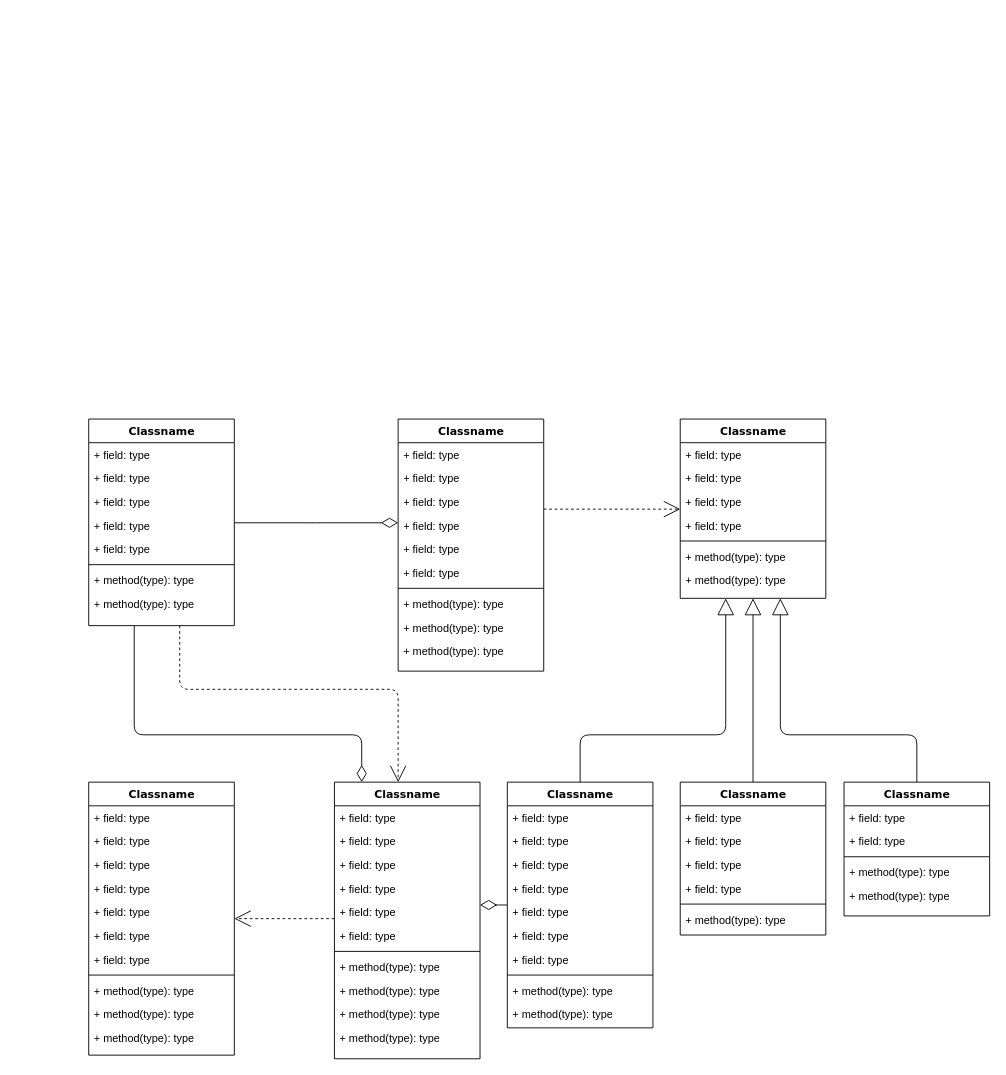
Earlier version of the draw.io diagram Başlıksız Diyagram.drawio (kubilaytunc/HCL). Source tidied: cells renumbered, new cells numbered last; positions are measured from the earlier drawing's top-left corner, leaving out a move shared by most shapes. Both pictures are drawn from the tidied source at 91%, with x=0, y=0 at pixel (88, 419).
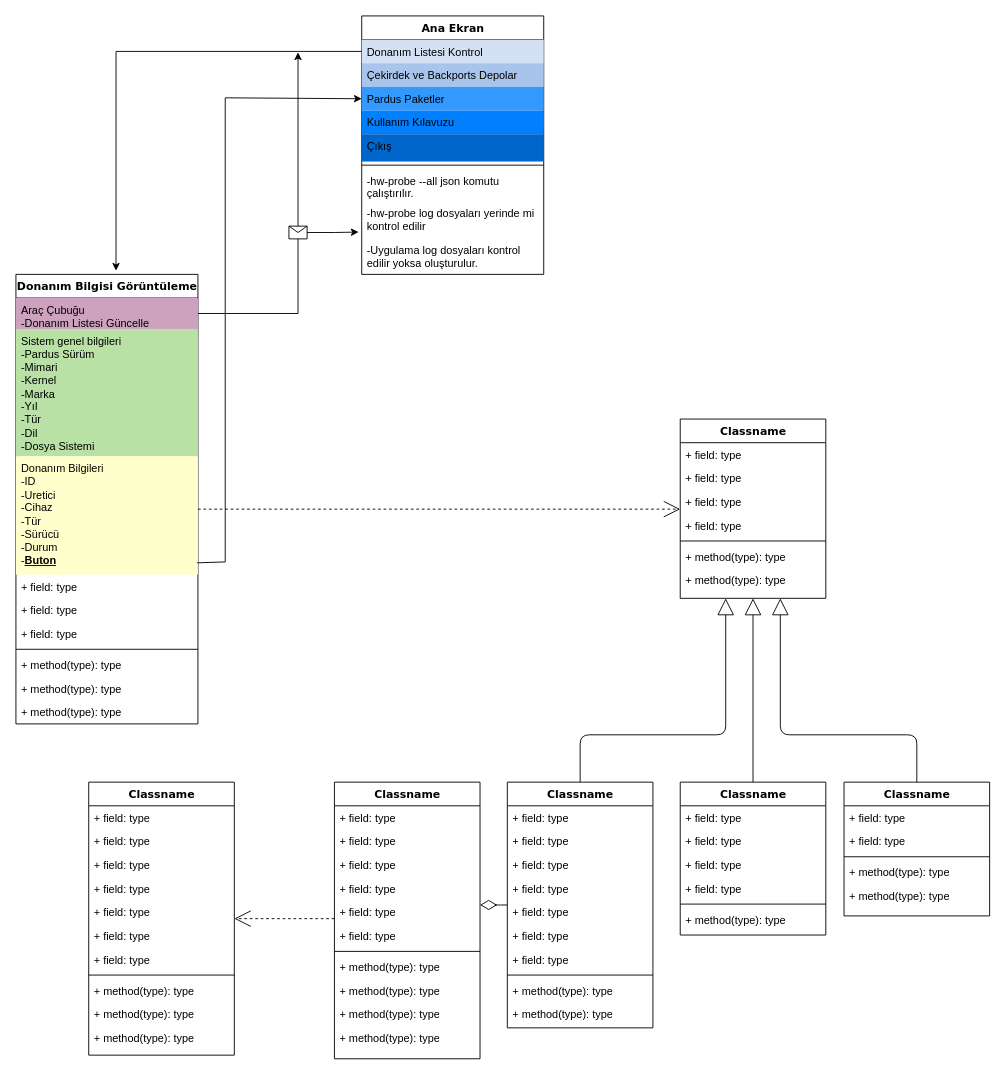
The same diagram, later.

Unchanged cells that the change refers to:
```xml
<mxCell id="47" value="Classname" style="swimlane;html=1;fontStyle=1;align=center;verticalAlign=top;horizontal=1;startSize=26;swimlaneFillColor=#ffffff;rounded=0;shadow=0;comic=0;labelBackgroundColor=none;strokeWidth=1;fillColor=none;fontFamily=Verdana;fontSize=12;" parent="1" vertex="1">
  <mxGeometry x="270" y="399" width="160" height="304" as="geometry" />
</mxCell>
```

Change to the diagram source:
```diff
@@
-    <mxCell id="2" style="edgeStyle=orthogonalEdgeStyle;html=1;labelBackgroundColor=none;startFill=0;startSize=8;endArrow=open;endFill=0;endSize=16;fontFamily=Verdana;fontSize=12;dashed=1;" parent="1" edge="1" source="4" target="47">
-      <mxGeometry relative="1" as="geometry">
-        <Array as="points">
-          <mxPoint x="100" y="297" />
-          <mxPoint x="340" y="297" />
-        </Array>
-      </mxGeometry>
-    </mxCell>
-    <mxCell id="3" style="edgeStyle=orthogonalEdgeStyle;html=1;labelBackgroundColor=none;startFill=0;startSize=8;endArrow=diamondThin;endFill=0;endSize=16;fontFamily=Verdana;fontSize=12;" parent="1" edge="1" source="4" target="47">
-      <mxGeometry relative="1" as="geometry">
-        <Array as="points">
-          <mxPoint x="50" y="347" />
-          <mxPoint x="300" y="347" />
-        </Array>
-      </mxGeometry>
-    </mxCell>
-    <mxCell id="4" value="Classname" style="swimlane;html=1;fontStyle=1;align=center;verticalAlign=top;horizontal=1;startSize=26;swimlaneFillColor=#ffffff;rounded=0;shadow=0;comic=0;labelBackgroundColor=none;strokeWidth=1;fillColor=none;fontFamily=Verdana;fontSize=12;" parent="1" vertex="1">
-      <mxGeometry width="160" height="227" as="geometry" />
+    <mxCell id="4" value="Ana Ekran" style="swimlane;html=1;fontStyle=1;align=center;verticalAlign=top;horizontal=1;startSize=26;swimlaneFillColor=#ffffff;rounded=0;shadow=0;comic=0;labelBackgroundColor=none;strokeWidth=1;fillColor=none;fontFamily=Verdana;fontSize=12;" parent="1" vertex="1">
+      <mxGeometry x="300" y="-443" width="200" height="284" as="geometry" />
     </mxCell>
-    <mxCell id="5" value="+ field: type" style="text;html=1;strokeColor=none;fillColor=none;align=left;verticalAlign=top;spacingLeft=4;spacingRight=4;whiteSpace=wrap;overflow=hidden;points=[[0,0.5],[1,0.5]];portConstraint=eastwest;" parent="4" vertex="1">
-      <mxGeometry y="26" width="160" height="26" as="geometry" />
+    <mxCell id="5" value="Donanım Listesi Kontrol" style="text;html=1;strokeColor=none;fillColor=#D4E1F5;align=left;verticalAlign=top;spacingLeft=4;spacingRight=4;whiteSpace=wrap;overflow=hidden;points=[[0,0.5],[1,0.5]];portConstraint=eastwest;" parent="4" vertex="1">
+      <mxGeometry y="26" width="200" height="26" as="geometry" />
     </mxCell>
-    <mxCell id="6" value="+ field: type" style="text;html=1;strokeColor=none;fillColor=none;align=left;verticalAlign=top;spacingLeft=4;spacingRight=4;whiteSpace=wrap;overflow=hidden;" parent="4" vertex="1">
-      <mxGeometry y="52" width="160" height="26" as="geometry" />
+    <mxCell id="6" value="Çekirdek ve Backports Depolar" style="text;html=1;strokeColor=none;fillColor=#A9C4EB;align=left;verticalAlign=top;spacingLeft=4;spacingRight=4;whiteSpace=wrap;overflow=hidden;" parent="4" vertex="1">
+      <mxGeometry y="52" width="200" height="26" as="geometry" />
     </mxCell>
-    <mxCell id="7" value="+ field: type" style="text;html=1;strokeColor=none;fillColor=none;align=left;verticalAlign=top;spacingLeft=4;spacingRight=4;whiteSpace=wrap;overflow=hidden;points=[[0,0.5],[1,0.5]];portConstraint=eastwest;" parent="4" vertex="1">
-      <mxGeometry y="78" width="160" height="26" as="geometry" />
+    <mxCell id="7" value="Pardus Paketler" style="text;html=1;strokeColor=none;fillColor=#3399FF;align=left;verticalAlign=top;spacingLeft=4;spacingRight=4;whiteSpace=wrap;overflow=hidden;points=[[0,0.5],[1,0.5]];portConstraint=eastwest;" parent="4" vertex="1">
+      <mxGeometry y="78" width="200" height="26" as="geometry" />
     </mxCell>
-    <mxCell id="8" value="+ field: type" style="text;html=1;strokeColor=none;fillColor=none;align=left;verticalAlign=top;spacingLeft=4;spacingRight=4;whiteSpace=wrap;overflow=hidden;" parent="4" vertex="1">
-      <mxGeometry y="104" width="160" height="26" as="geometry" />
+    <mxCell id="8" value="Kullanım Kılavuzu" style="text;html=1;strokeColor=none;fillColor=#007FFF;align=left;verticalAlign=top;spacingLeft=4;spacingRight=4;whiteSpace=wrap;overflow=hidden;" parent="4" vertex="1">
+      <mxGeometry y="104" width="200" height="26" as="geometry" />
     </mxCell>
-    <mxCell id="9" value="+ field: type" style="text;html=1;strokeColor=none;fillColor=none;align=left;verticalAlign=top;spacingLeft=4;spacingRight=4;whiteSpace=wrap;overflow=hidden;" parent="4" vertex="1">
-      <mxGeometry y="130" width="160" height="26" as="geometry" />
-    </mxCell>
+    <mxCell id="87" value="Çıkış" style="text;html=1;strokeColor=none;fillColor=#0066CC;align=left;verticalAlign=top;spacingLeft=4;spacingRight=4;whiteSpace=wrap;overflow=hidden;" parent="4" vertex="1">
+      <mxGeometry y="130" width="200" height="30" as="geometry" />
+    </mxCell>
     <mxCell id="10" style="line;html=1;strokeWidth=1;fillColor=none;align=left;verticalAlign=middle;spacingTop=-1;spacingLeft=3;spacingRight=3;labelPosition=right;" parent="4" vertex="1">
-      <mxGeometry y="156" width="160" height="8" as="geometry" />
+      <mxGeometry y="160" width="200" height="8" as="geometry" />
     </mxCell>
-    <mxCell id="11" value="+ method(type): type" style="text;html=1;strokeColor=none;fillColor=none;align=left;verticalAlign=top;spacingLeft=4;spacingRight=4;whiteSpace=wrap;overflow=hidden;" parent="4" vertex="1">
-      <mxGeometry y="164" width="160" height="26" as="geometry" />
+    <mxCell id="11" value="-hw-probe --all json komutu çalıştırılır." style="text;html=1;strokeColor=none;fillColor=none;align=left;verticalAlign=top;spacingLeft=4;spacingRight=4;whiteSpace=wrap;overflow=hidden;" parent="4" vertex="1">
+      <mxGeometry y="168" width="200" height="36" as="geometry" />
     </mxCell>
-    <mxCell id="12" value="+ method(type): type" style="text;html=1;strokeColor=none;fillColor=none;align=left;verticalAlign=top;spacingLeft=4;spacingRight=4;whiteSpace=wrap;overflow=hidden;" parent="4" vertex="1">
-      <mxGeometry y="190" width="160" height="26" as="geometry" />
-    </mxCell>
+    <mxCell id="88" value="-hw-probe log dosyaları yerinde mi kontrol edilir" style="text;html=1;strokeColor=none;fillColor=none;align=left;verticalAlign=top;spacingLeft=4;spacingRight=4;whiteSpace=wrap;overflow=hidden;points=[[0,0.5],[1,0.5]];portConstraint=eastwest;" parent="4" vertex="1">
+      <mxGeometry y="204" width="200" height="40" as="geometry" />
+    </mxCell>
+    <mxCell id="89" value="-Uygulama log dosyaları kontrol edilir yoksa oluşturulur." style="text;html=1;strokeColor=none;fillColor=none;align=left;verticalAlign=top;spacingLeft=4;spacingRight=4;whiteSpace=wrap;overflow=hidden;" parent="4" vertex="1">
+      <mxGeometry y="244" width="200" height="40" as="geometry" />
+    </mxCell>
@@
-    <mxCell id="14" value="Classname" style="swimlane;html=1;fontStyle=1;align=center;verticalAlign=top;horizontal=1;startSize=26;swimlaneFillColor=#ffffff;rounded=0;shadow=0;comic=0;labelBackgroundColor=none;strokeWidth=1;fillColor=none;fontFamily=Verdana;fontSize=12;" parent="1" vertex="1">
-      <mxGeometry x="340" width="160" height="277" as="geometry" />
+    <mxCell id="14" value="Donanım Bilgisi Görüntüleme" style="swimlane;html=1;fontStyle=1;align=center;verticalAlign=top;horizontal=1;startSize=26;swimlaneFillColor=#ffffff;rounded=0;shadow=0;comic=0;labelBackgroundColor=none;strokeWidth=1;fillColor=none;fontFamily=Verdana;fontSize=12;" parent="1" vertex="1">
+      <mxGeometry x="-80" y="-159" width="200" height="494" as="geometry" />
     </mxCell>
-    <mxCell id="15" value="+ field: type" style="text;html=1;strokeColor=none;fillColor=none;align=left;verticalAlign=top;spacingLeft=4;spacingRight=4;whiteSpace=wrap;overflow=hidden;points=[[0,0.5],[1,0.5]];portConstraint=eastwest;" parent="14" vertex="1">
-      <mxGeometry y="26" width="160" height="26" as="geometry" />
+    <mxCell id="15" value="Araç Çubuğu&lt;div&gt;-Donanım Listesi Güncelle&lt;/div&gt;" style="text;html=1;strokeColor=none;fillColor=#CDA2BE;align=left;verticalAlign=top;spacingLeft=4;spacingRight=4;whiteSpace=wrap;overflow=hidden;points=[[0,0.5],[1,0.5]];portConstraint=eastwest;shadow=0;" parent="14" vertex="1">
+      <mxGeometry y="26" width="200" height="34" as="geometry" />
     </mxCell>
-    <mxCell id="16" value="+ field: type" style="text;html=1;strokeColor=none;fillColor=none;align=left;verticalAlign=top;spacingLeft=4;spacingRight=4;whiteSpace=wrap;overflow=hidden;" parent="14" vertex="1">
-      <mxGeometry y="52" width="160" height="26" as="geometry" />
+    <mxCell id="16" value="Sistem genel bilgileri&lt;div&gt;-Pardus Sürüm&lt;/div&gt;&lt;div&gt;-Mimari&lt;/div&gt;&lt;div&gt;-Kernel&lt;/div&gt;&lt;div&gt;-Marka&lt;/div&gt;&lt;div&gt;-Yıl&lt;/div&gt;&lt;div&gt;-Tür&lt;/div&gt;&lt;div&gt;-Dil&lt;/div&gt;&lt;div&gt;-Dosya Sistemi&lt;/div&gt;" style="text;html=1;strokeColor=none;fillColor=#B9E0A5;align=left;verticalAlign=top;spacingLeft=4;spacingRight=4;whiteSpace=wrap;overflow=hidden;" parent="14" vertex="1">
+      <mxGeometry y="60" width="200" height="140" as="geometry" />
     </mxCell>
-    <mxCell id="17" value="+ field: type" style="text;html=1;strokeColor=none;fillColor=none;align=left;verticalAlign=top;spacingLeft=4;spacingRight=4;whiteSpace=wrap;overflow=hidden;points=[[0,0.5],[1,0.5]];portConstraint=eastwest;" parent="14" vertex="1">
-      <mxGeometry y="78" width="160" height="26" as="geometry" />
+    <mxCell id="17" value="Donanım Bilgileri&lt;div&gt;-ID&lt;/div&gt;&lt;div&gt;-Uretici&lt;/div&gt;&lt;div&gt;-Cihaz&lt;/div&gt;&lt;div&gt;-Tür&lt;/div&gt;&lt;div&gt;-Sürücü&lt;/div&gt;&lt;div&gt;-Durum&lt;/div&gt;&lt;div&gt;-&lt;b&gt;&lt;u&gt;Buton&lt;/u&gt;&lt;/b&gt;&lt;/div&gt;" style="text;html=1;strokeColor=none;fillColor=#FFFFCC;align=left;verticalAlign=top;spacingLeft=4;spacingRight=4;whiteSpace=wrap;overflow=hidden;points=[[0,0.5],[1,0.5]];portConstraint=eastwest;" parent="14" vertex="1">
+      <mxGeometry y="200" width="200" height="130" as="geometry" />
     </mxCell>
     <mxCell id="18" value="+ field: type" style="text;html=1;strokeColor=none;fillColor=none;align=left;verticalAlign=top;spacingLeft=4;spacingRight=4;whiteSpace=wrap;overflow=hidden;" parent="14" vertex="1">
-      <mxGeometry y="104" width="160" height="26" as="geometry" />
+      <mxGeometry y="330" width="200" height="26" as="geometry" />
     </mxCell>
     <mxCell id="19" value="+ field: type" style="text;html=1;strokeColor=none;fillColor=none;align=left;verticalAlign=top;spacingLeft=4;spacingRight=4;whiteSpace=wrap;overflow=hidden;" parent="14" vertex="1">
-      <mxGeometry y="130" width="160" height="26" as="geometry" />
+      <mxGeometry y="356" width="200" height="26" as="geometry" />
     </mxCell>
     <mxCell id="20" value="+ field: type" style="text;html=1;strokeColor=none;fillColor=none;align=left;verticalAlign=top;spacingLeft=4;spacingRight=4;whiteSpace=wrap;overflow=hidden;" parent="14" vertex="1">
-      <mxGeometry y="156" width="160" height="26" as="geometry" />
+      <mxGeometry y="382" width="200" height="26" as="geometry" />
     </mxCell>
     <mxCell id="21" style="line;html=1;strokeWidth=1;fillColor=none;align=left;verticalAlign=middle;spacingTop=-1;spacingLeft=3;spacingRight=3;labelPosition=right;" parent="14" vertex="1">
-      <mxGeometry y="182" width="160" height="8" as="geometry" />
+      <mxGeometry y="408" width="200" height="8" as="geometry" />
     </mxCell>
     <mxCell id="22" value="+ method(type): type" style="text;html=1;strokeColor=none;fillColor=none;align=left;verticalAlign=top;spacingLeft=4;spacingRight=4;whiteSpace=wrap;overflow=hidden;" parent="14" vertex="1">
-      <mxGeometry y="190" width="160" height="26" as="geometry" />
+      <mxGeometry y="416" width="200" height="26" as="geometry" />
     </mxCell>
     <mxCell id="23" value="+ method(type): type" style="text;html=1;strokeColor=none;fillColor=none;align=left;verticalAlign=top;spacingLeft=4;spacingRight=4;whiteSpace=wrap;overflow=hidden;" parent="14" vertex="1">
-      <mxGeometry y="216" width="160" height="26" as="geometry" />
+      <mxGeometry y="442" width="200" height="26" as="geometry" />
     </mxCell>
     <mxCell id="24" value="+ method(type): type" style="text;html=1;strokeColor=none;fillColor=none;align=left;verticalAlign=top;spacingLeft=4;spacingRight=4;whiteSpace=wrap;overflow=hidden;" parent="14" vertex="1">
-      <mxGeometry y="242" width="160" height="26" as="geometry" />
+      <mxGeometry y="468" width="200" height="26" as="geometry" />
     </mxCell>
@@
-    <mxCell id="86" style="edgeStyle=elbowEdgeStyle;html=1;labelBackgroundColor=none;startFill=0;startSize=8;endArrow=diamondThin;endFill=0;endSize=16;fontFamily=Verdana;fontSize=12;elbow=vertical;" parent="1" edge="1" source="4" target="14">
-      <mxGeometry relative="1" as="geometry" />
-    </mxCell>
+    <mxCell id="90" style="endArrow=classic;html=1;rounded=0;exitX=0;exitY=0.5;exitDx=0;exitDy=0;" parent="1" edge="1" source="5">
+      <mxGeometry relative="1" as="geometry">
+        <mxPoint x="30" y="-163" as="targetPoint" />
+        <Array as="points">
+          <mxPoint x="30" y="-404" />
+        </Array>
+      </mxGeometry>
+    </mxCell>
+    <mxCell id="91" style="endArrow=classic;html=1;rounded=0;exitX=0.995;exitY=0.9;exitDx=0;exitDy=0;exitPerimeter=0;entryX=0;entryY=0.5;entryDx=0;entryDy=0;" parent="1" edge="1" source="17" target="7">
+      <mxGeometry relative="1" as="geometry">
+        <Array as="points">
+          <mxPoint x="150" y="157" />
+          <mxPoint x="150" y="-353" />
+        </Array>
+      </mxGeometry>
+    </mxCell>
+    <mxCell id="92" style="endArrow=classic;html=1;rounded=0;exitX=1;exitY=0.5;exitDx=0;exitDy=0;" parent="1" edge="1" source="15">
+      <mxGeometry relative="1" as="geometry">
+        <mxPoint x="230" y="-403" as="targetPoint" />
+        <Array as="points">
+          <mxPoint x="230" y="-116" />
+        </Array>
+      </mxGeometry>
+    </mxCell>
+    <mxCell id="93" style="shape=message;html=1;outlineConnect=0;" parent="92" vertex="1">
+      <mxGeometry width="20" height="14" relative="1" as="geometry">
+        <mxPoint x="-10" y="-7" as="offset" />
+      </mxGeometry>
+    </mxCell>
+    <mxCell id="94" style="edgeStyle=orthogonalEdgeStyle;rounded=0;jettySize=auto;html=1;exitX=1;exitY=0.5;exitDx=0;exitDy=0;entryX=-0.017;entryY=0.838;entryDx=0;entryDy=0;entryPerimeter=0;" parent="1" edge="1" source="93" target="88">
+      <mxGeometry relative="1" as="geometry" />
+    </mxCell>
```
